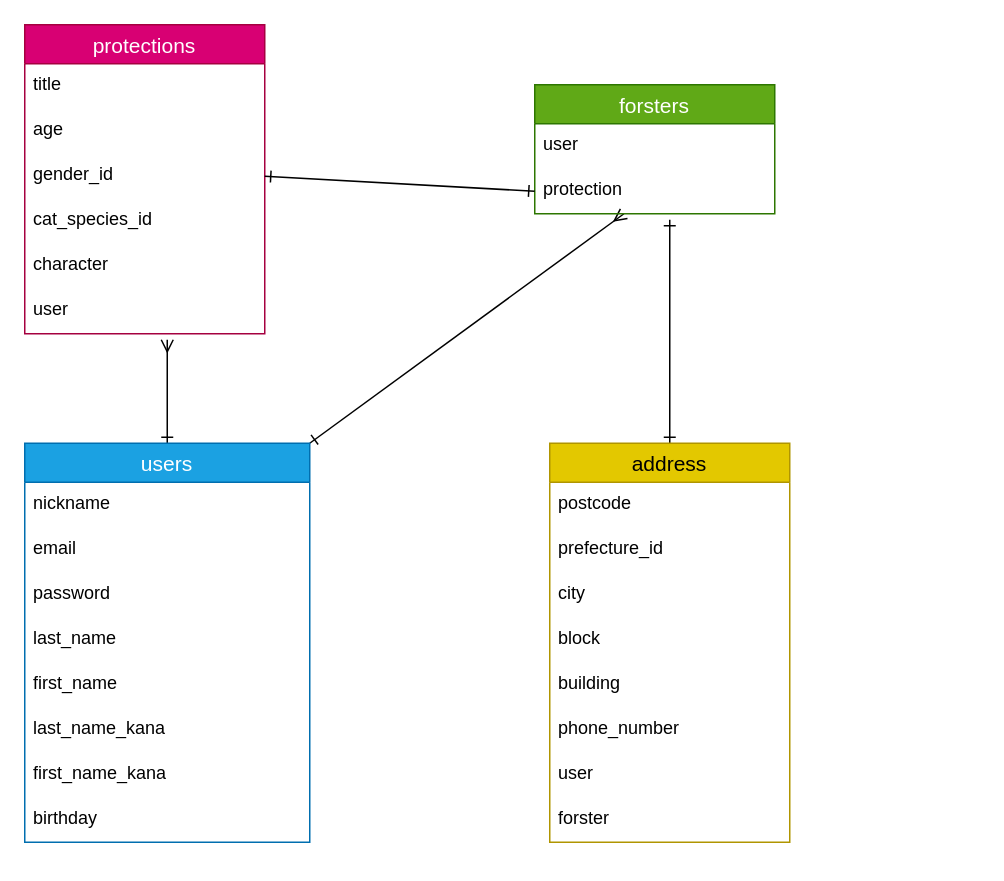
Above: page "ページ1" (1 of 2) of test.dio in arakinoko/cat-protection (draw.io), before the change. Source tidied: cells renumbered, new cells numbered last; positions are measured from the earlier drawing's top-left corner, leaving out a move shared by most shapes. Both pictures are drawn from the tidied source at 150%, with x=0, y=0 at pixel (24, 24).
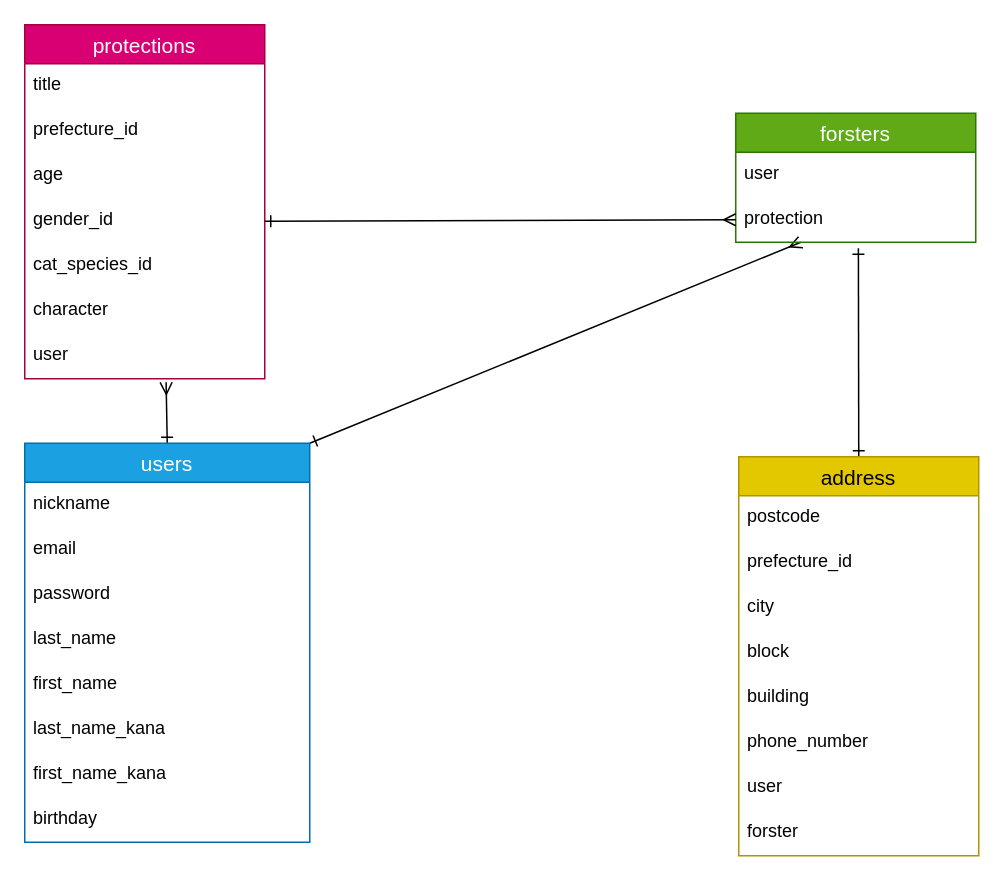
The same diagram, later.

Unchanged cells that the change refers to:
```xml
<mxCell id="4" value="users" style="swimlane;fontStyle=0;horizontal=1;startSize=26;align=center;fontSize=14;fillColor=#1ba1e2;fontColor=#ffffff;strokeColor=#006EAF;" parent="1" vertex="1">
  <mxGeometry y="279" width="190" height="266" as="geometry" />
</mxCell>
<mxCell id="15" value="protection" style="text;strokeColor=none;fillColor=none;spacingLeft=4;spacingRight=4;overflow=hidden;points=[[0,0.5],[1,0.5]];portConstraint=eastwest;fontSize=12;" parent="13" vertex="1">
  <mxGeometry y="56" width="160" height="30" as="geometry" />
</mxCell>
```

The edit, as a diff of the source:
```diff
@@
-    <mxCell id="2" style="edgeStyle=none;html=1;exitX=0.5;exitY=0;exitDx=0;exitDy=0;endArrow=ERmany;endFill=0;startArrow=ERone;startFill=0;" parent="1" edge="1" source="4">
-      <mxGeometry relative="1" as="geometry">
-        <mxPoint x="95" y="210" as="targetPoint" />
-      </mxGeometry>
+    <mxCell id="2" style="edgeStyle=none;html=1;exitX=0.5;exitY=0;exitDx=0;exitDy=0;endArrow=ERmany;endFill=0;startArrow=ERone;startFill=0;entryX=0.589;entryY=1.08;entryDx=0;entryDy=0;entryPerimeter=0;" parent="1" edge="1" source="4" target="22">
+      <mxGeometry relative="1" as="geometry" />
     </mxCell>
@@
     <mxCell id="13" value="forsters" style="swimlane;fontStyle=0;horizontal=1;startSize=26;align=center;fontSize=14;fillColor=#60a917;fontColor=#ffffff;strokeColor=#2D7600;" parent="1" vertex="1">
-      <mxGeometry x="340" y="40" width="160" height="86" as="geometry" />
+      <mxGeometry x="474" y="59" width="160" height="86" as="geometry" />
     </mxCell>
@@
     <mxCell id="16" value="protections" style="swimlane;fontStyle=0;horizontal=1;startSize=26;align=center;fontSize=14;fillColor=#d80073;fontColor=#ffffff;strokeColor=#A50040;" parent="1" vertex="1">
-      <mxGeometry width="160" height="206" as="geometry" />
+      <mxGeometry width="160" height="236" as="geometry" />
     </mxCell>
@@
+    <mxCell id="34" value="prefecture_id" style="text;strokeColor=none;fillColor=none;spacingLeft=4;spacingRight=4;overflow=hidden;fontSize=12;" parent="16" vertex="1">
+      <mxGeometry y="56" width="160" height="30" as="geometry" />
+    </mxCell>
     <mxCell id="18" value="age" style="text;strokeColor=none;fillColor=none;spacingLeft=4;spacingRight=4;overflow=hidden;fontSize=12;" parent="16" vertex="1">
-      <mxGeometry y="56" width="160" height="30" as="geometry" />
+      <mxGeometry y="86" width="160" height="30" as="geometry" />
     </mxCell>
     <mxCell id="19" value="gender_id" style="text;strokeColor=none;fillColor=none;spacingLeft=4;spacingRight=4;overflow=hidden;points=[[0,0.5],[1,0.5]];portConstraint=eastwest;fontSize=12;" parent="16" vertex="1">
-      <mxGeometry y="86" width="160" height="30" as="geometry" />
+      <mxGeometry y="116" width="160" height="30" as="geometry" />
     </mxCell>
     <mxCell id="20" value="cat_species_id" style="text;strokeColor=none;fillColor=none;spacingLeft=4;spacingRight=4;overflow=hidden;fontSize=12;" parent="16" vertex="1">
-      <mxGeometry y="116" width="160" height="30" as="geometry" />
+      <mxGeometry y="146" width="160" height="30" as="geometry" />
     </mxCell>
     <mxCell id="21" value="character" style="text;strokeColor=none;fillColor=none;spacingLeft=4;spacingRight=4;overflow=hidden;fontSize=12;" parent="16" vertex="1">
-      <mxGeometry y="146" width="160" height="30" as="geometry" />
+      <mxGeometry y="176" width="160" height="30" as="geometry" />
     </mxCell>
     <mxCell id="22" value="user" style="text;strokeColor=none;fillColor=none;spacingLeft=4;spacingRight=4;overflow=hidden;points=[[0,0.5],[1,0.5]];portConstraint=eastwest;fontSize=12;" parent="16" vertex="1">
-      <mxGeometry y="176" width="160" height="30" as="geometry" />
+      <mxGeometry y="206" width="160" height="30" as="geometry" />
     </mxCell>
-    <mxCell id="23" style="edgeStyle=none;html=1;exitX=0.5;exitY=0;exitDx=0;exitDy=0;startArrow=ERone;startFill=0;endArrow=ERone;endFill=0;" parent="1" edge="1" source="24">
-      <mxGeometry relative="1" as="geometry">
-        <mxPoint x="430" y="130" as="targetPoint" />
-      </mxGeometry>
+    <mxCell id="23" style="edgeStyle=none;html=1;exitX=0.5;exitY=0;exitDx=0;exitDy=0;startArrow=ERone;startFill=0;endArrow=ERone;endFill=0;entryX=0.511;entryY=1.133;entryDx=0;entryDy=0;entryPerimeter=0;" parent="1" edge="1" source="24" target="15">
+      <mxGeometry relative="1" as="geometry" />
     </mxCell>
     <mxCell id="24" value="address" style="swimlane;fontStyle=0;horizontal=1;startSize=26;align=center;fontSize=14;fillColor=#e3c800;fontColor=#000000;strokeColor=#B09500;swimlaneFillColor=default;" parent="1" vertex="1">
-      <mxGeometry x="350" y="279" width="160" height="266" as="geometry" />
+      <mxGeometry x="476" y="288" width="160" height="266" as="geometry" />
     </mxCell>
@@
-    <mxCell id="33" style="edgeStyle=none;html=1;exitX=1;exitY=0.5;exitDx=0;exitDy=0;entryX=0;entryY=0.5;entryDx=0;entryDy=0;startArrow=ERone;startFill=0;endArrow=ERone;endFill=0;" parent="1" edge="1" source="19" target="15">
+    <mxCell id="33" style="edgeStyle=none;html=1;exitX=1;exitY=0.5;exitDx=0;exitDy=0;startArrow=ERone;startFill=0;endArrow=ERmany;endFill=0;entryX=0;entryY=0.5;entryDx=0;entryDy=0;" parent="1" edge="1" source="19" target="15">
       <mxGeometry relative="1" as="geometry" />
     </mxCell>
```
